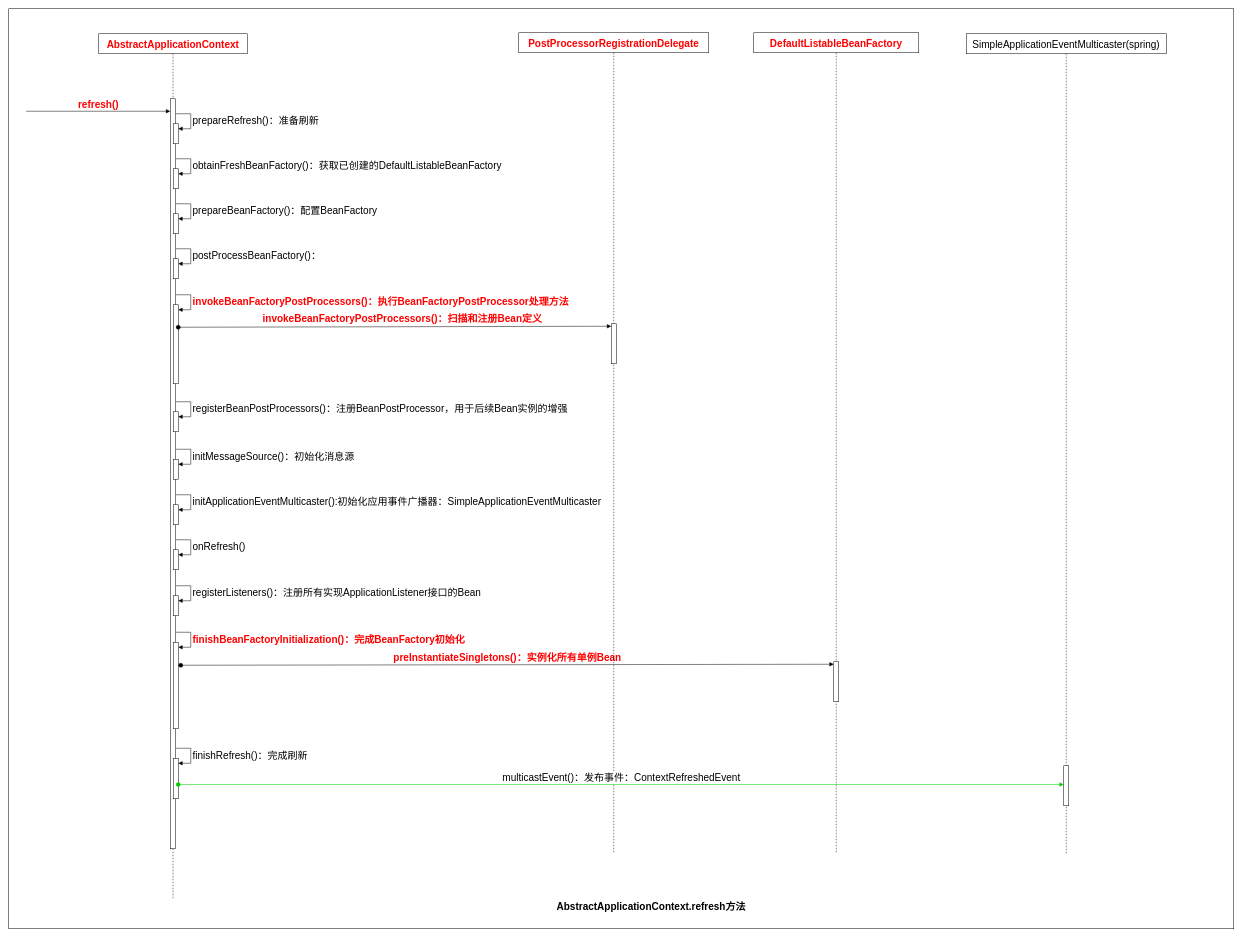
Earlier version of the draw.io diagram dubbo-learning-doc/drawio/源码分析/2_AbstractApplicationContext_refresh方法/过程分析/1_AbstractApplicationContext_refresh.drawio (czwer/dubbo-learning). Source tidied: cells renumbered, new cells numbered last; positions are measured from the earlier drawing's top-left corner, leaving out a move shared by most shapes. Both pictures are drawn from the tidied source at 50%, with x=0, y=0 at pixel (8, 8).
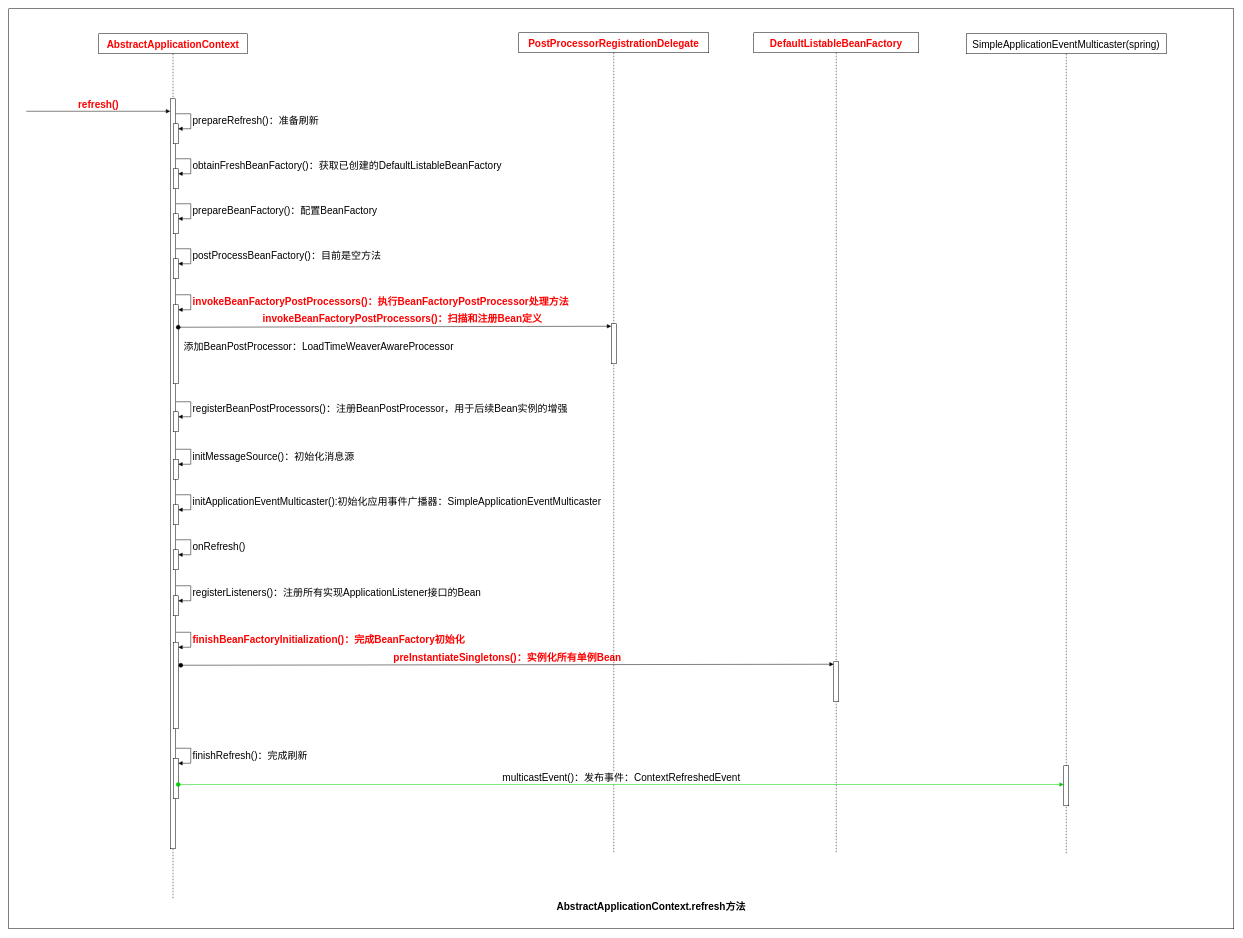
The same diagram, later.

The change refers to these unchanged cells:
```xml
<mxCell id="3" value="AbstractApplicationContext" style="shape=umlLifeline;whiteSpace=wrap;html=1;newEdgeStyle={&quot;curved&quot;:0,&quot;rounded&quot;:0};fontSize=20;fontStyle=1;perimeter=rectanglePerimeter;targetShapes=umlLifeline;participant=label;fontColor=#FF0000;" parent="1" vertex="1">
  <mxGeometry x="180" y="50" width="297" height="1730" as="geometry" />
</mxCell>
<mxCell id="11" style="html=1;points=[[0,0,0,0,5],[0,1,0,0,-5],[1,0,0,0,5],[1,1,0,0,-5]];perimeter=orthogonalPerimeter;outlineConnect=0;targetShapes=umlLifeline;portConstraint=eastwest;newEdgeStyle={&quot;curved&quot;:0,&quot;rounded&quot;:0};fontSize=20;" parent="3" vertex="1">
  <mxGeometry x="149" y="450" width="10" height="40" as="geometry" />
</mxCell>
```

Change to the diagram source:
```diff
@@
-    <mxCell id="12" value="postProcessBeanFactory()：" style="html=1;align=left;spacingLeft=2;endArrow=block;rounded=0;edgeStyle=orthogonalEdgeStyle;curved=0;rounded=0;fontSize=20;" parent="3" edge="1" target="11">
+    <mxCell id="12" value="postProcessBeanFactory()：目前是空方法" style="html=1;align=left;spacingLeft=2;endArrow=block;rounded=0;edgeStyle=orthogonalEdgeStyle;curved=0;rounded=0;fontSize=20;" parent="3" edge="1" target="11">
       <mxGeometry x="0.01" relative="1" as="geometry">
         <mxPoint x="154" y="430" as="sourcePoint" />
         <Array as="points">
           <mxPoint x="184" y="460" />
         </Array>
       </mxGeometry>
     </mxCell>
@@
+    <mxCell id="41" value="添加BeanPostProcessor：LoadTimeWeaverAwareProcessor" style="text;html=1;align=center;verticalAlign=middle;whiteSpace=wrap;rounded=0;fontSize=20;" parent="1" vertex="1">
+      <mxGeometry x="290" y="660" width="660" height="30" as="geometry" />
+    </mxCell>
```
